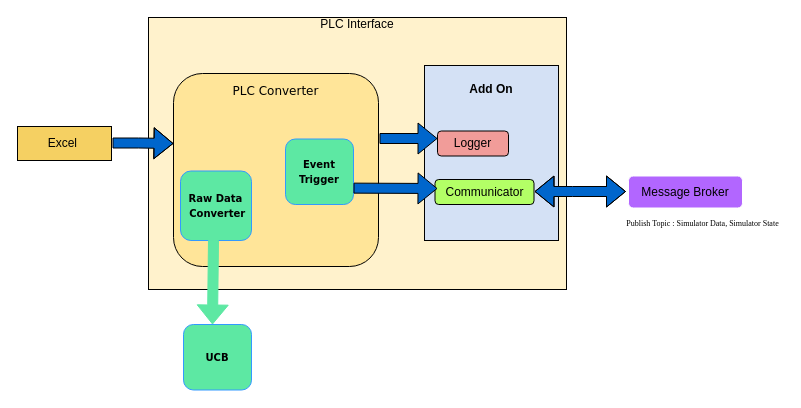
The draw.io diagram PLC Structural Diagram.drawio in srawat19/Steris-Project, before the edit. Source tidied: cells renumbered, new cells numbered last; positions are measured from the earlier drawing's top-left corner, leaving out a move shared by most shapes. Both pictures are drawn from the tidied source at 100%, with x=0, y=0 at pixel (17, 17).
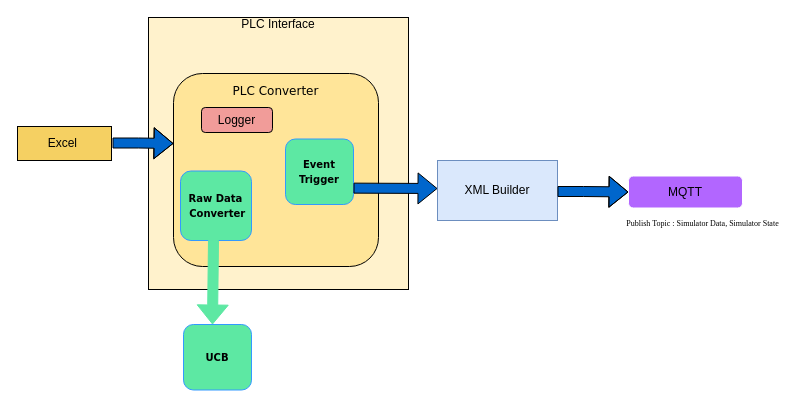
Above is the later version.

What changed in the source:
```diff
@@
     <mxCell id="2" value="&lt;div&gt;PLC Interface&lt;/div&gt;&lt;div&gt;&lt;br&gt;&lt;/div&gt;&lt;div&gt;&lt;br&gt;&lt;/div&gt;&lt;div&gt;&lt;br&gt;&lt;/div&gt;&lt;div&gt;&lt;br&gt;&lt;/div&gt;&lt;div&gt;&lt;br&gt;&lt;/div&gt;&lt;div&gt;&lt;br&gt;&lt;/div&gt;&lt;div&gt;&lt;br&gt;&lt;/div&gt;&lt;div&gt;&lt;br&gt;&lt;/div&gt;&lt;div&gt;&lt;br&gt;&lt;/div&gt;&lt;div&gt;&lt;br&gt;&lt;/div&gt;&lt;div&gt;&lt;br&gt;&lt;/div&gt;&lt;div&gt;&lt;br&gt;&lt;/div&gt;&lt;div&gt;&lt;br&gt;&lt;/div&gt;&lt;div&gt;&lt;br&gt;&lt;/div&gt;&lt;div&gt;&lt;br&gt;&lt;/div&gt;&lt;div&gt;&lt;br&gt;&lt;/div&gt;&lt;div&gt;&lt;br&gt;&lt;/div&gt;&lt;div&gt;&lt;br&gt;&lt;/div&gt;" style="rounded=0;whiteSpace=wrap;html=1;align=center;fillColor=#FFF2CC;" parent="1" vertex="1">
-      <mxGeometry x="131" width="418" height="272" as="geometry" />
+      <mxGeometry x="131" width="260" height="272" as="geometry" />
     </mxCell>
-    <mxCell id="3" value="&lt;b&gt;Add On&lt;br&gt;&lt;br&gt;&lt;br&gt;&lt;br&gt;&lt;br&gt;&lt;br&gt;&lt;br&gt;&lt;br&gt;&lt;br&gt;&lt;br&gt;&lt;/b&gt;" style="rounded=0;whiteSpace=wrap;html=1;fillColor=#D4E1F5;" parent="1" vertex="1">
-      <mxGeometry x="407" y="48" width="134" height="175" as="geometry" />
-    </mxCell>
-    <mxCell id="4" value="Message Broker" style="rounded=1;whiteSpace=wrap;html=1;fillColor=#B266FF;strokeColor=#FFFFFF;" parent="1" vertex="1">
+    <mxCell id="4" value="MQTT" style="rounded=1;whiteSpace=wrap;html=1;fillColor=#B266FF;strokeColor=#FFFFFF;" parent="1" vertex="1">
       <mxGeometry x="611" y="158.5" width="114" height="32" as="geometry" />
     </mxCell>
@@
     <mxCell id="6" value="Logger" style="rounded=1;whiteSpace=wrap;html=1;fillColor=#F19C99;" parent="1" vertex="1">
-      <mxGeometry x="420" y="113.5" width="71" height="25" as="geometry" />
+      <mxGeometry x="184" y="90" width="71" height="25" as="geometry" />
     </mxCell>
-    <mxCell id="7" value="Communicator" style="rounded=1;whiteSpace=wrap;html=1;fillColor=#B3FF66;" parent="1" vertex="1">
-      <mxGeometry x="417.5" y="162" width="99" height="25" as="geometry" />
-    </mxCell>
-    <mxCell id="8" style="shape=flexArrow;endArrow=classic;startArrow=classic;html=1;fillColor=#0066CC;" parent="1" edge="1">
-      <mxGeometry relative="1" as="geometry">
-        <mxPoint x="517" y="174" as="sourcePoint" />
-        <mxPoint x="608.5" y="174" as="targetPoint" />
-        <Array as="points">
-          <mxPoint x="555" y="174" />
-        </Array>
-      </mxGeometry>
-    </mxCell>
@@
-    <mxCell id="11" style="shape=flexArrow;endArrow=classic;html=1;entryX=0;entryY=0.3;entryDx=0;entryDy=0;entryPerimeter=0;fillColor=#0066CC;" parent="1" edge="1" target="6">
-      <mxGeometry relative="1" as="geometry">
-        <mxPoint x="362" y="121" as="sourcePoint" />
-      </mxGeometry>
-    </mxCell>
@@
+    <mxCell id="18" value="XML Builder" style="rounded=0;whiteSpace=wrap;html=1;fillColor=#dae8fc;strokeColor=#6c8ebf;" parent="1" vertex="1">
+      <mxGeometry x="420" y="143" width="120" height="60" as="geometry" />
+    </mxCell>
+    <mxCell id="19" style="shape=flexArrow;endArrow=classic;html=1;fillColor=#0066CC;entryX=0;entryY=0.5;entryDx=0;entryDy=0;" parent="1" edge="1" target="4">
+      <mxGeometry relative="1" as="geometry">
+        <mxPoint x="540" y="174" as="sourcePoint" />
+        <Array as="points">
+          <mxPoint x="566" y="174" />
+        </Array>
+      </mxGeometry>
+    </mxCell>
```
